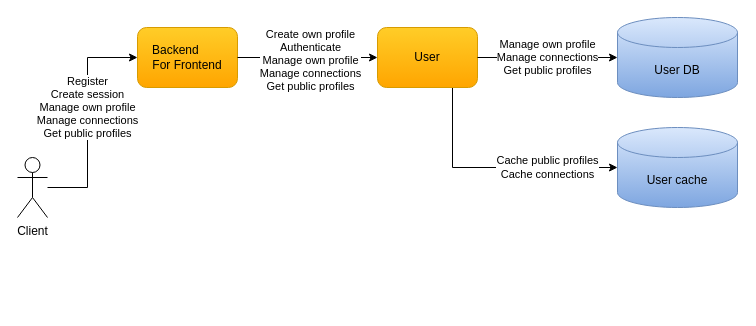
This is docs/diagrams/cecochat-09-users.drawio from cvetomir-todorov/CecoChat, a draw.io file, before an edit. Source tidied: cells renumbered, new cells numbered last; positions are measured from the earlier drawing's top-left corner, leaving out a move shared by most shapes. Both pictures are drawn from the tidied source at 100%, with x=0, y=0 at pixel (17, 17).
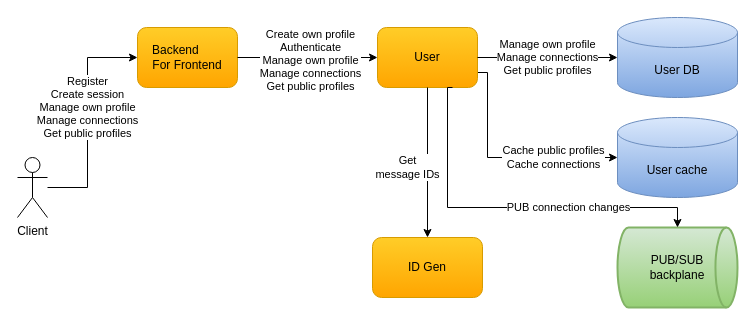
After the change.

Unchanged cells that the change refers to:
```xml
<mxCell id="6" value="&lt;font style=&quot;font-size: 12px&quot;&gt;User&lt;/font&gt;" style="rounded=1;whiteSpace=wrap;html=1;gradientColor=#ffa500;fillColor=#ffcd28;strokeColor=#d79b00;" parent="1" vertex="1">
  <mxGeometry x="360" y="10" width="100" height="60" as="geometry" />
</mxCell>
```

The edit, as a diff of the source:
```diff
@@
-    <mxCell id="5" value="Cache public profiles&lt;br style=&quot;border-color: var(--border-color);&quot;&gt;Cache connections" style="edgeStyle=orthogonalEdgeStyle;rounded=0;jettySize=auto;html=1;entryX=0;entryY=0.5;entryDx=0;entryDy=0;entryPerimeter=0;exitX=0.75;exitY=1;exitDx=0;exitDy=0;" parent="1" edge="1" source="6" target="10">
-      <mxGeometry x="0.43" relative="1" as="geometry" />
+    <mxCell id="5" value="Cache public profiles&lt;br style=&quot;border-color: var(--border-color);&quot;&gt;Cache connections" style="edgeStyle=orthogonalEdgeStyle;rounded=0;jettySize=auto;html=1;entryX=0;entryY=0.5;entryDx=0;entryDy=0;entryPerimeter=0;exitX=1;exitY=0.75;exitDx=0;exitDy=0;" parent="1" edge="1" source="6" target="10">
+      <mxGeometry x="0.43" relative="1" as="geometry">
+        <Array as="points">
+          <mxPoint x="470" y="55" />
+          <mxPoint x="470" y="140" />
+        </Array>
+      </mxGeometry>
     </mxCell>
@@
     <mxCell id="10" value="User cache" style="shape=cylinder3;whiteSpace=wrap;html=1;boundedLbl=1;backgroundOutline=1;size=15;gradientColor=#7ea6e0;fillColor=#dae8fc;strokeColor=#6c8ebf;" parent="1" vertex="1">
-      <mxGeometry x="600" y="110" width="120" height="80" as="geometry" />
+      <mxGeometry x="600" y="100" width="120" height="80" as="geometry" />
     </mxCell>
+    <mxCell id="11" value="&lt;font style=&quot;font-size: 12px&quot;&gt;ID Gen&lt;/font&gt;" style="rounded=1;whiteSpace=wrap;html=1;gradientColor=#ffa500;fillColor=#ffcd28;strokeColor=#d79b00;" parent="1" vertex="1">
+      <mxGeometry x="355" y="220" width="110" height="60" as="geometry" />
+    </mxCell>
+    <mxCell id="12" value="Get&lt;br&gt;message IDs" style="endArrow=classic;html=1;exitX=0.5;exitY=1;exitDx=0;exitDy=0;rounded=0;edgeStyle=orthogonalEdgeStyle;entryX=0.5;entryY=0;entryDx=0;entryDy=0;" parent="1" edge="1" source="6" target="11">
+      <mxGeometry x="0.07" y="-20" relative="1" as="geometry" />
+    </mxCell>
+    <mxCell id="13" value="PUB/SUB&lt;br&gt;backplane" style="strokeWidth=2;html=1;shape=mxgraph.flowchart.direct_data;whiteSpace=wrap;gradientColor=#97d077;fillColor=#d5e8d4;strokeColor=#82b366;" parent="1" vertex="1">
+      <mxGeometry x="600" y="210" width="120" height="80" as="geometry" />
+    </mxCell>
+    <mxCell id="14" value="PUB connection changes" style="endArrow=classic;html=1;entryX=0.5;entryY=0;entryDx=0;entryDy=0;rounded=0;edgeStyle=orthogonalEdgeStyle;entryPerimeter=0;exitX=0.75;exitY=1;exitDx=0;exitDy=0;" parent="1" edge="1" source="6" target="13">
+      <mxGeometry x="0.31" relative="1" as="geometry">
+        <Array as="points">
+          <mxPoint x="430" y="70" />
+          <mxPoint x="430" y="190" />
+          <mxPoint x="660" y="190" />
+        </Array>
+      </mxGeometry>
+    </mxCell>
```
